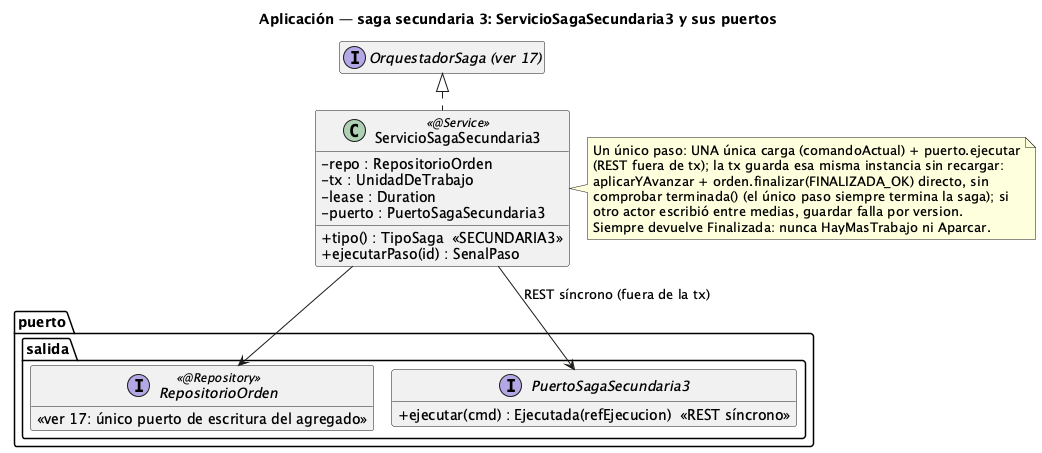
Before: order-manager/docs/21-clases-aplicacion-saga-secundaria3.png, a diagram exported from PlantUML (ralcazar/patrones).
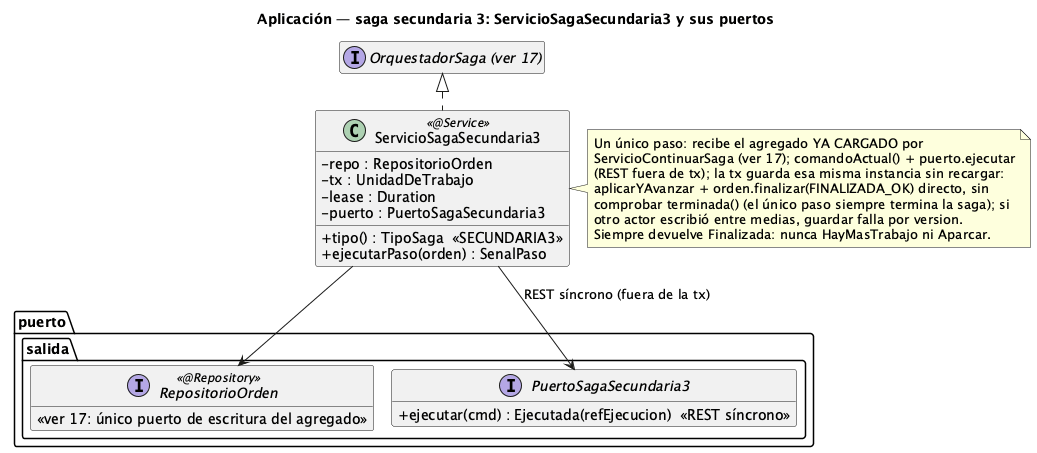
The same diagram one commit later.

Change to the diagram source:
```diff
@@ -12,10 +12,11 @@
   -lease : Duration
   -puerto : PuertoSagaSecundaria3
   +tipo() : TipoSaga  «SECUNDARIA3»
-  +ejecutarPaso(id) : SenalPaso
+  +ejecutarPaso(orden) : SenalPaso
 }
 note right of ServicioSagaSecundaria3
-  Un único paso: UNA única carga (comandoActual) + puerto.ejecutar
+  Un único paso: recibe el agregado YA CARGADO por
+  ServicioContinuarSaga (ver 17); comandoActual() + puerto.ejecutar
   (REST fuera de tx); la tx guarda esa misma instancia sin recargar:
   aplicarYAvanzar + orden.finalizar(FINALIZADA_OK) directo, sin
   comprobar terminada() (el único paso siempre termina la saga); si
```
